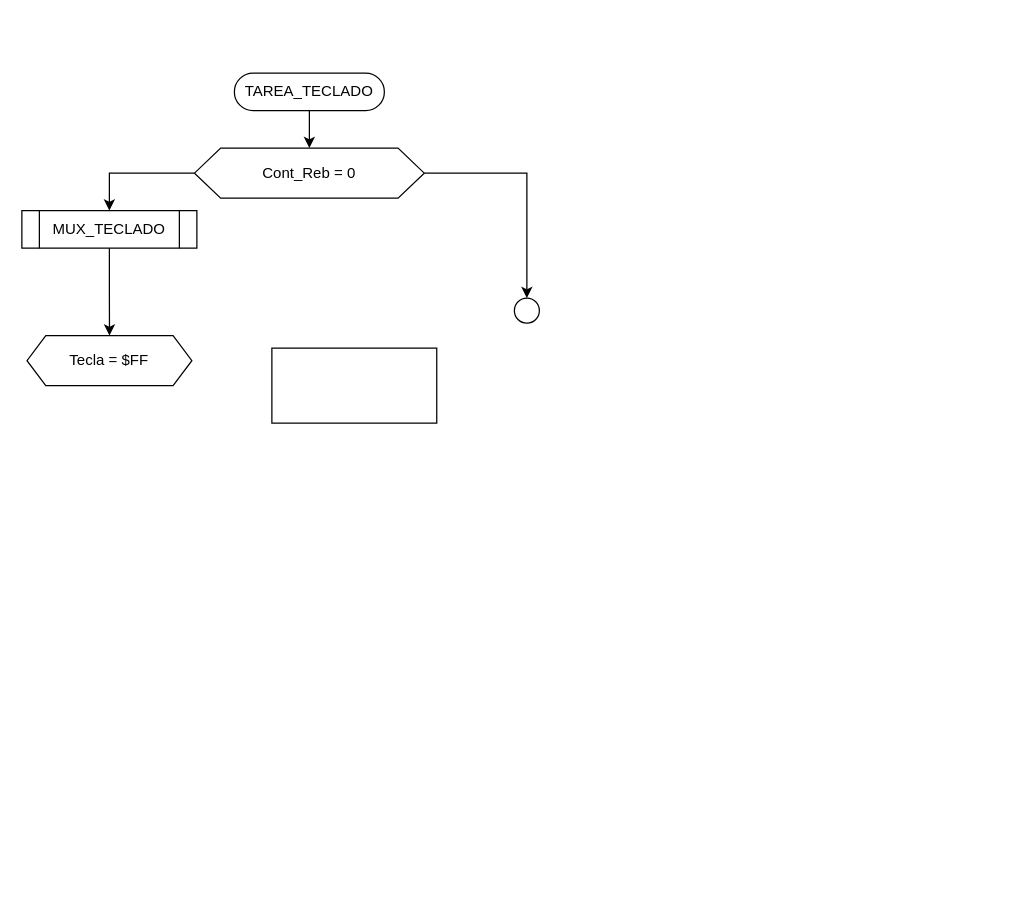
Before: Tareas/T4/Diagramas/Tarea_teclados.drawio in moisotico/Microprocesadores, a draw.io diagram. Source tidied: cells renumbered, new cells numbered last; positions are measured from the earlier drawing's top-left corner, leaving out a move shared by most shapes. Both pictures are drawn from the tidied source at 125%, with x=0, y=0 at pixel (21, 72).
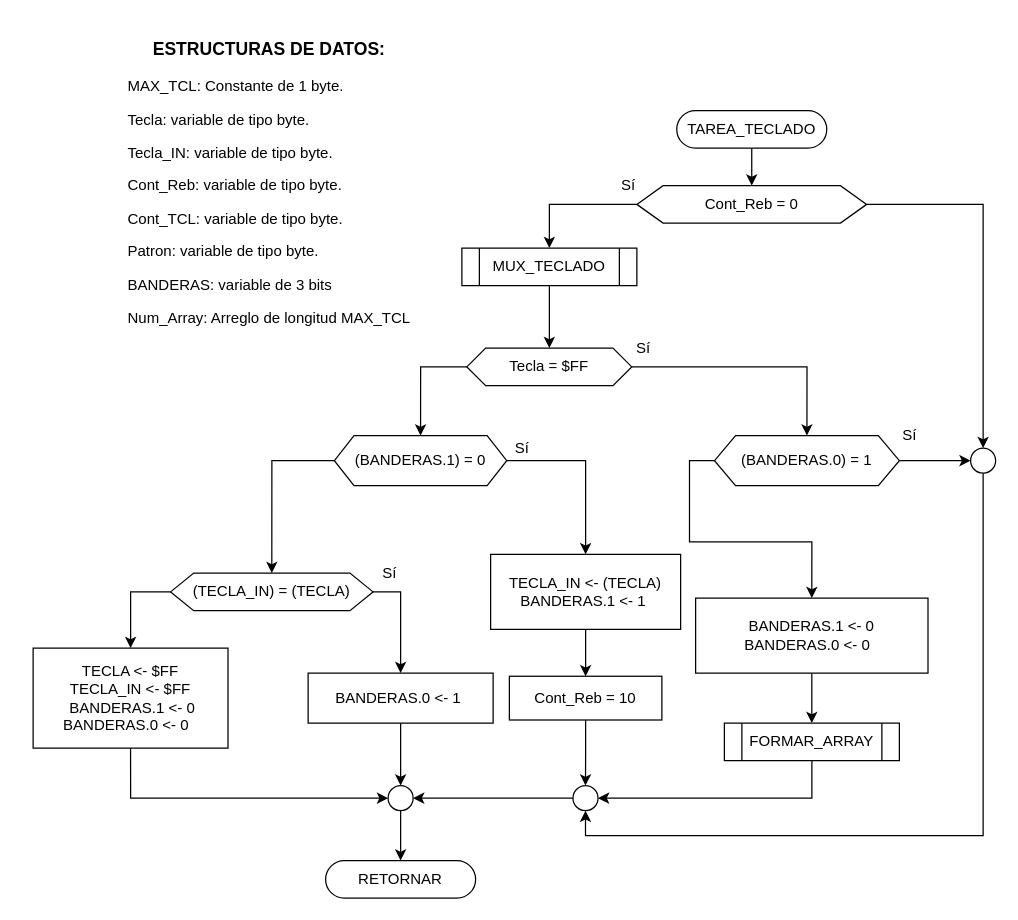
Above is the later version.

The edit, as a diff of the source:
```diff
@@
     <mxCell id="3" value="TAREA_TECLADO" style="rounded=1;whiteSpace=wrap;html=1;fontSize=12;glass=0;strokeWidth=1;shadow=0;arcSize=50;" parent="1" vertex="1">
-      <mxGeometry x="170" width="120" height="30" as="geometry" />
+      <mxGeometry x="523.9" y="30" width="120" height="30" as="geometry" />
     </mxCell>
-    <mxCell id="4" style="rounded=0;whiteSpace=wrap;html=1;" parent="1" vertex="1">
-      <mxGeometry x="200" y="220" width="131.9" height="60" as="geometry" />
-    </mxCell>
@@
     <mxCell id="7" value="Cont_Reb = 0" style="shape=hexagon;perimeter=hexagonPerimeter2;whiteSpace=wrap;html=1;size=0.11394117647058827;" parent="1" vertex="1">
-      <mxGeometry x="138.1" y="60" width="183.8" height="40" as="geometry" />
+      <mxGeometry x="492" y="90" width="183.8" height="30" as="geometry" />
     </mxCell>
@@
     <mxCell id="9" value="MUX_TECLADO" style="shape=process;whiteSpace=wrap;html=1;backgroundOutline=1;" parent="1" vertex="1">
-      <mxGeometry y="110" width="140" height="30" as="geometry" />
+      <mxGeometry x="352" y="140" width="140" height="30" as="geometry" />
     </mxCell>
+    <mxCell id="12" style="edgeStyle=orthogonalEdgeStyle;rounded=0;jettySize=auto;html=1;exitX=0.5;exitY=1;exitDx=0;exitDy=0;entryX=0.5;entryY=1;entryDx=0;entryDy=0;" parent="1" edge="1" source="10" target="40">
+      <mxGeometry relative="1" as="geometry" />
+    </mxCell>
     <mxCell id="10" style="ellipse;whiteSpace=wrap;html=1;" parent="1" vertex="1">
-      <mxGeometry x="394" y="180" width="20" height="20" as="geometry" />
+      <mxGeometry x="759" y="300" width="20" height="20" as="geometry" />
     </mxCell>
+    <mxCell id="13" style="edgeStyle=orthogonalEdgeStyle;rounded=0;jettySize=auto;html=1;exitX=0;exitY=0.5;exitDx=0;exitDy=0;entryX=0.5;entryY=0;entryDx=0;entryDy=0;" parent="1" edge="1" source="11" target="20">
+      <mxGeometry relative="1" as="geometry" />
+    </mxCell>
+    <mxCell id="14" style="edgeStyle=orthogonalEdgeStyle;rounded=0;jettySize=auto;html=1;exitX=1;exitY=0.5;exitDx=0;exitDy=0;entryX=0.5;entryY=0;entryDx=0;entryDy=0;" parent="1" edge="1" source="11" target="17">
+      <mxGeometry relative="1" as="geometry" />
+    </mxCell>
     <mxCell id="11" value="Tecla = $FF" style="shape=hexagon;perimeter=hexagonPerimeter2;whiteSpace=wrap;html=1;size=0.11394117647058827;" parent="1" vertex="1">
-      <mxGeometry x="4.1" y="210" width="131.9" height="40" as="geometry" />
+      <mxGeometry x="356" y="220" width="131.9" height="30" as="geometry" />
     </mxCell>
+    <mxCell id="15" style="edgeStyle=orthogonalEdgeStyle;rounded=0;jettySize=auto;html=1;exitX=1;exitY=0.5;exitDx=0;exitDy=0;entryX=0;entryY=0.5;entryDx=0;entryDy=0;" parent="1" edge="1" source="17" target="10">
+      <mxGeometry relative="1" as="geometry" />
+    </mxCell>
+    <mxCell id="16" style="edgeStyle=orthogonalEdgeStyle;rounded=0;jettySize=auto;html=1;exitX=0;exitY=0.5;exitDx=0;exitDy=0;entryX=0.5;entryY=0;entryDx=0;entryDy=0;" parent="1" edge="1" source="17" target="36">
+      <mxGeometry relative="1" as="geometry" />
+    </mxCell>
+    <mxCell id="17" value="(BANDERAS.0) = 1" style="shape=hexagon;perimeter=hexagonPerimeter2;whiteSpace=wrap;html=1;size=0.11394117647058827;" parent="1" vertex="1">
+      <mxGeometry x="554.1" y="290" width="147.9" height="40" as="geometry" />
+    </mxCell>
+    <mxCell id="18" style="edgeStyle=orthogonalEdgeStyle;rounded=0;jettySize=auto;html=1;exitX=1;exitY=0.5;exitDx=0;exitDy=0;" parent="1" edge="1" source="20" target="23">
+      <mxGeometry relative="1" as="geometry" />
+    </mxCell>
+    <mxCell id="19" style="edgeStyle=orthogonalEdgeStyle;rounded=0;jettySize=auto;html=1;exitX=0;exitY=0.5;exitDx=0;exitDy=0;entryX=0.5;entryY=0;entryDx=0;entryDy=0;" parent="1" edge="1" source="20" target="26">
+      <mxGeometry relative="1" as="geometry" />
+    </mxCell>
+    <mxCell id="20" value="(BANDERAS.1) = 0" style="shape=hexagon;perimeter=hexagonPerimeter2;whiteSpace=wrap;html=1;size=0.11394117647058827;" parent="1" vertex="1">
+      <mxGeometry x="250" y="290" width="137.9" height="40" as="geometry" />
+    </mxCell>
+    <mxCell id="21" value="Sí" style="text;html=1;align=center;verticalAlign=middle;" parent="1" vertex="1">
+      <mxGeometry x="481.9" y="210" width="30" height="20" as="geometry" />
+    </mxCell>
+    <mxCell id="22" style="edgeStyle=orthogonalEdgeStyle;rounded=0;jettySize=auto;html=1;exitX=0.5;exitY=1;exitDx=0;exitDy=0;entryX=0.5;entryY=0;entryDx=0;entryDy=0;" parent="1" edge="1" source="23" target="46">
+      <mxGeometry relative="1" as="geometry" />
+    </mxCell>
+    <mxCell id="23" value="&lt;span&gt;TECLA_IN &amp;lt;- (TECLA)&lt;/span&gt;&lt;br&gt;&lt;span&gt;BANDERAS.1 &amp;lt;- 1&amp;nbsp;&lt;/span&gt;" style="rounded=0;whiteSpace=wrap;html=1;" parent="1" vertex="1">
+      <mxGeometry x="375" y="385" width="152" height="60" as="geometry" />
+    </mxCell>
+    <mxCell id="24" style="edgeStyle=orthogonalEdgeStyle;rounded=0;jettySize=auto;html=1;exitX=1;exitY=0.5;exitDx=0;exitDy=0;" parent="1" edge="1" source="26" target="28">
+      <mxGeometry relative="1" as="geometry" />
+    </mxCell>
+    <mxCell id="25" style="edgeStyle=orthogonalEdgeStyle;rounded=0;jettySize=auto;html=1;exitX=0;exitY=0.5;exitDx=0;exitDy=0;" parent="1" edge="1" source="26" target="32">
+      <mxGeometry relative="1" as="geometry" />
+    </mxCell>
+    <mxCell id="26" value="(TECLA_IN) = (TECLA)" style="shape=hexagon;perimeter=hexagonPerimeter2;whiteSpace=wrap;html=1;size=0.11394117647058827;" parent="1" vertex="1">
+      <mxGeometry x="119" y="400" width="161.9" height="30" as="geometry" />
+    </mxCell>
+    <mxCell id="27" style="edgeStyle=orthogonalEdgeStyle;rounded=0;jettySize=auto;html=1;exitX=0.5;exitY=1;exitDx=0;exitDy=0;entryX=0.5;entryY=0;entryDx=0;entryDy=0;" parent="1" edge="1" source="28" target="30">
+      <mxGeometry relative="1" as="geometry" />
+    </mxCell>
+    <mxCell id="28" value="&lt;span&gt;BANDERAS.0 &amp;lt;- 1&amp;nbsp;&lt;/span&gt;" style="rounded=0;whiteSpace=wrap;html=1;" parent="1" vertex="1">
+      <mxGeometry x="229" y="480" width="148" height="40" as="geometry" />
+    </mxCell>
+    <mxCell id="29" style="edgeStyle=orthogonalEdgeStyle;rounded=0;jettySize=auto;html=1;exitX=0.5;exitY=1;exitDx=0;exitDy=0;" parent="1" edge="1" source="30" target="41">
+      <mxGeometry relative="1" as="geometry" />
+    </mxCell>
+    <mxCell id="30" style="ellipse;whiteSpace=wrap;html=1;" parent="1" vertex="1">
+      <mxGeometry x="293" y="570" width="20" height="20" as="geometry" />
+    </mxCell>
+    <mxCell id="31" style="edgeStyle=orthogonalEdgeStyle;rounded=0;jettySize=auto;html=1;exitX=0.5;exitY=1;exitDx=0;exitDy=0;entryX=0;entryY=0.5;entryDx=0;entryDy=0;" parent="1" edge="1" source="32" target="30">
+      <mxGeometry relative="1" as="geometry" />
+    </mxCell>
+    <mxCell id="32" value="&lt;span&gt;TECLA &amp;lt;- $FF&lt;/span&gt;&lt;br&gt;TECLA_IN &amp;lt;- $FF&lt;br&gt;&amp;nbsp;BANDERAS.1 &amp;lt;- 0&lt;br&gt;BANDERAS.0 &amp;lt;- 0&amp;nbsp;&amp;nbsp;" style="rounded=0;whiteSpace=wrap;html=1;" parent="1" vertex="1">
+      <mxGeometry x="9" y="460" width="155.9" height="80" as="geometry" />
+    </mxCell>
+    <mxCell id="33" value="Sí" style="text;html=1;align=center;verticalAlign=middle;" parent="1" vertex="1">
+      <mxGeometry x="384.9" y="290" width="30" height="20" as="geometry" />
+    </mxCell>
+    <mxCell id="34" value="Sí" style="text;html=1;align=center;verticalAlign=middle;" parent="1" vertex="1">
+      <mxGeometry x="279" y="390" width="30" height="20" as="geometry" />
+    </mxCell>
+    <mxCell id="35" style="edgeStyle=orthogonalEdgeStyle;rounded=0;jettySize=auto;html=1;exitX=0.5;exitY=1;exitDx=0;exitDy=0;" parent="1" edge="1" source="36" target="38">
+      <mxGeometry relative="1" as="geometry" />
+    </mxCell>
+    <mxCell id="36" value="BANDERAS.1 &amp;lt;- 0&lt;br&gt;BANDERAS.0 &amp;lt;- 0&amp;nbsp;&amp;nbsp;" style="rounded=0;whiteSpace=wrap;html=1;" parent="1" vertex="1">
+      <mxGeometry x="539" y="420" width="185.9" height="60" as="geometry" />
+    </mxCell>
+    <mxCell id="37" style="edgeStyle=orthogonalEdgeStyle;rounded=0;jettySize=auto;html=1;exitX=0.5;exitY=1;exitDx=0;exitDy=0;entryX=1;entryY=0.5;entryDx=0;entryDy=0;" parent="1" edge="1" source="38" target="40">
+      <mxGeometry relative="1" as="geometry" />
+    </mxCell>
+    <mxCell id="38" value="FORMAR_ARRAY" style="shape=process;whiteSpace=wrap;html=1;backgroundOutline=1;" parent="1" vertex="1">
+      <mxGeometry x="562" y="520" width="140" height="30" as="geometry" />
+    </mxCell>
+    <mxCell id="39" style="edgeStyle=orthogonalEdgeStyle;rounded=0;jettySize=auto;html=1;exitX=0;exitY=0.5;exitDx=0;exitDy=0;entryX=1;entryY=0.5;entryDx=0;entryDy=0;" parent="1" edge="1" source="40" target="30">
+      <mxGeometry relative="1" as="geometry" />
+    </mxCell>
+    <mxCell id="40" style="ellipse;whiteSpace=wrap;html=1;" parent="1" vertex="1">
+      <mxGeometry x="440.9" y="570" width="20" height="20" as="geometry" />
+    </mxCell>
+    <mxCell id="41" value="RETORNAR" style="rounded=1;whiteSpace=wrap;html=1;fontSize=12;glass=0;strokeWidth=1;shadow=0;arcSize=50;" parent="1" vertex="1">
+      <mxGeometry x="243" y="630" width="120" height="30" as="geometry" />
+    </mxCell>
+    <mxCell id="42" value="Sí" style="text;html=1;align=center;verticalAlign=middle;" parent="1" vertex="1">
+      <mxGeometry x="694.9" y="280" width="30" height="20" as="geometry" />
+    </mxCell>
+    <mxCell id="43" value="&lt;h3 style=&quot;text-align: center&quot;&gt;ESTRUCTURAS DE DATOS:&lt;/h3&gt;&lt;p&gt;MAX_TCL: Constante de 1 byte.&lt;/p&gt;&lt;p&gt;Tecla: variable de tipo byte.&lt;/p&gt;&lt;p&gt;Tecla_IN: variable de tipo byte.&lt;/p&gt;&lt;p&gt;Cont_Reb: variable de tipo byte.&lt;br&gt;&lt;/p&gt;&lt;p&gt;Cont_TCL: variable de tipo byte.&lt;/p&gt;&lt;p&gt;Patron: variable de tipo byte.&lt;br&gt;&lt;/p&gt;&lt;p&gt;BANDERAS: variable de 3 bits&lt;/p&gt;&lt;p&gt;Num_Array: Arreglo de longitud MAX_TCL&lt;/p&gt;&lt;p&gt;&lt;br&gt;&lt;/p&gt;&lt;p&gt;&lt;/p&gt;" style="text;html=1;strokeColor=none;fillColor=none;align=left;verticalAlign=middle;whiteSpace=wrap;rounded=0;" parent="1" vertex="1">
+      <mxGeometry x="83.3" y="-30" width="268.7" height="260" as="geometry" />
+    </mxCell>
+    <mxCell id="44" value="Sí" style="text;html=1;align=center;verticalAlign=middle;" parent="1" vertex="1">
+      <mxGeometry x="470" y="80" width="30" height="20" as="geometry" />
+    </mxCell>
+    <mxCell id="45" style="edgeStyle=orthogonalEdgeStyle;rounded=0;jettySize=auto;html=1;exitX=0.5;exitY=1;exitDx=0;exitDy=0;entryX=0.5;entryY=0;entryDx=0;entryDy=0;" parent="1" edge="1" source="46" target="40">
+      <mxGeometry relative="1" as="geometry" />
+    </mxCell>
+    <mxCell id="46" value="Cont_Reb = 10" style="rounded=0;whiteSpace=wrap;html=1;" parent="1" vertex="1">
+      <mxGeometry x="390" y="482.5" width="122" height="35" as="geometry" />
+    </mxCell>
```
